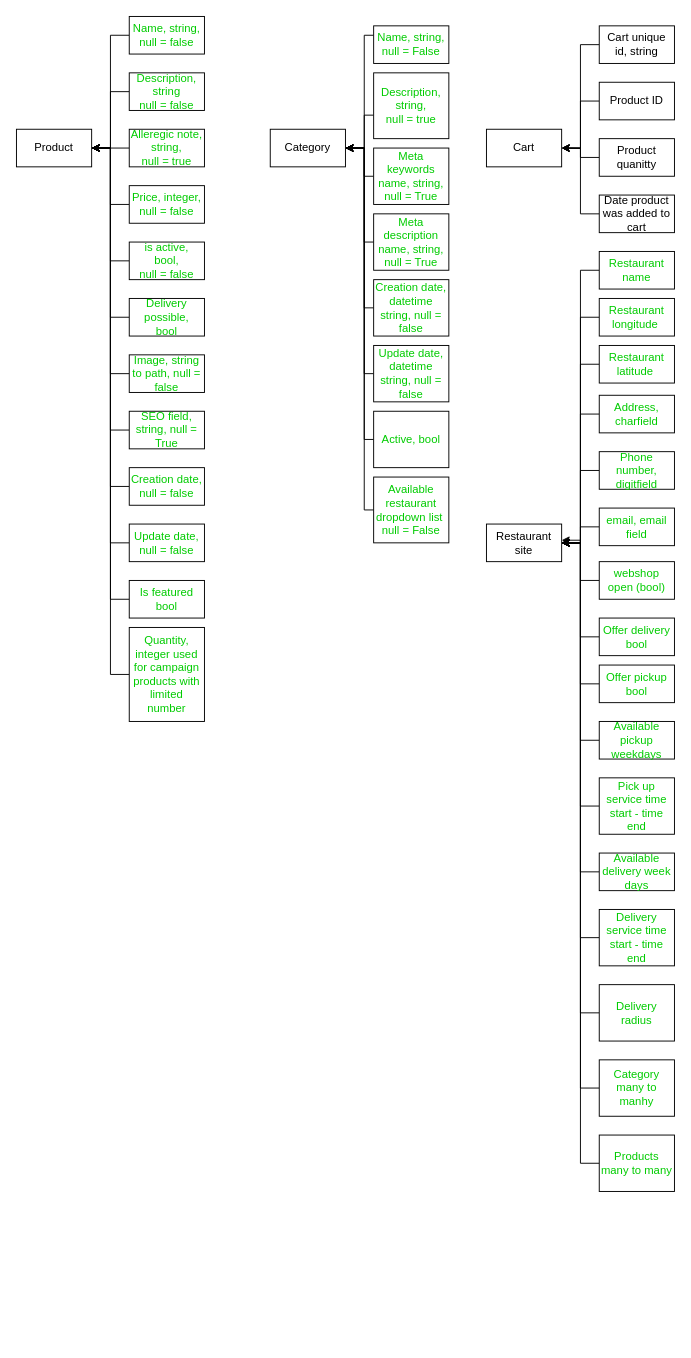
Above: Untitled Diagram.drawio in JianDk/HD_website (draw.io), before the change. Source tidied: cells renumbered, new cells numbered last; positions are measured from the earlier drawing's top-left corner, leaving out a move shared by most shapes. Both pictures are drawn from the tidied source at 94%, with x=0, y=0 at pixel (16, 16).
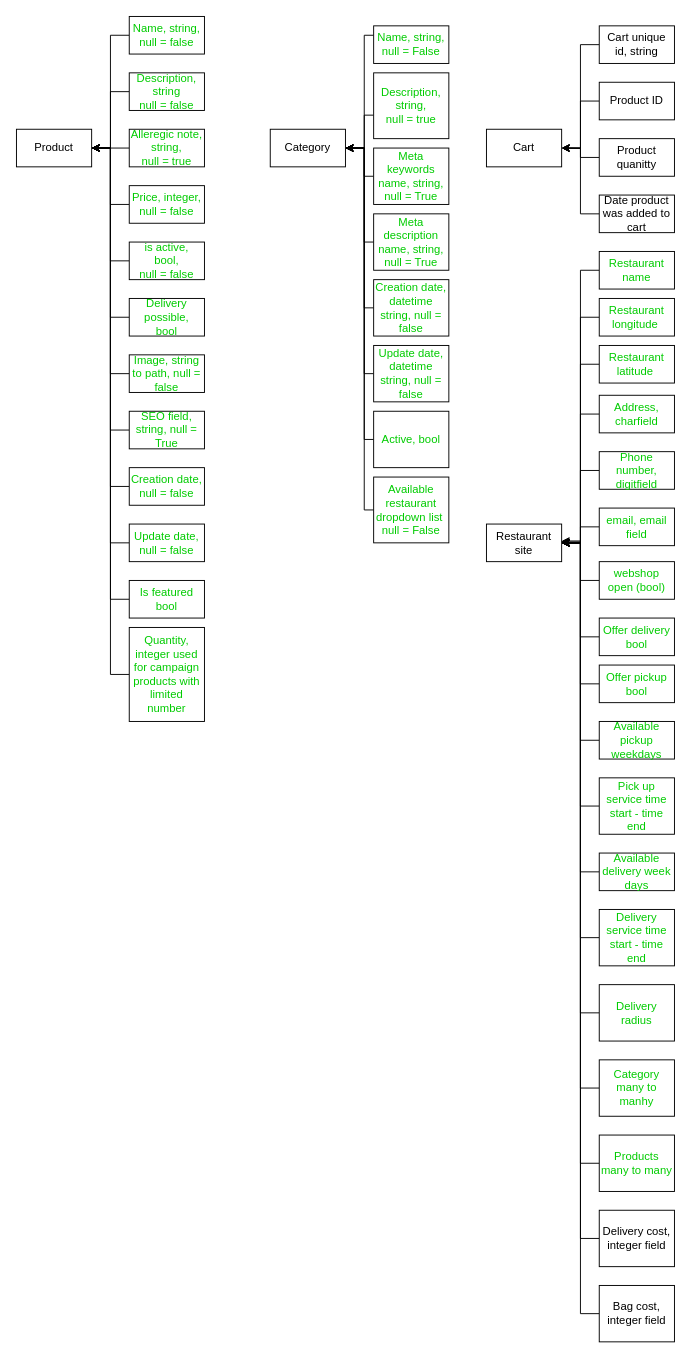
After the change.

Unchanged cells that the change refers to:
```xml
<mxCell id="53" value="Restaurant site" style="rounded=0;whiteSpace=wrap;html=1;" parent="1" vertex="1">
  <mxGeometry x="500" y="540" width="80" height="40" as="geometry" />
</mxCell>
<mxCell id="75" value="&lt;font color=&quot;#00cc00&quot;&gt;Delivery radius&lt;/font&gt;" style="rounded=0;whiteSpace=wrap;html=1;" parent="1" vertex="1">
  <mxGeometry x="620" y="1030" width="80" height="60" as="geometry" />
</mxCell>
<mxCell id="85" value="&lt;font color=&quot;#00cc00&quot;&gt;Offer pickup bool&lt;/font&gt;" style="rounded=0;whiteSpace=wrap;html=1;" parent="1" vertex="1">
  <mxGeometry x="620" y="690" width="80" height="40" as="geometry" />
</mxCell>
```

The edit, as a diff of the source:
```diff
@@
-    <mxCell id="74" style="edgeStyle=orthogonalEdgeStyle;rounded=0;jettySize=auto;html=1;" parent="1" edge="1" source="75">
-      <mxGeometry relative="1" as="geometry">
-        <mxPoint x="580" y="557.2" as="targetPoint" />
-        <Array as="points">
-          <mxPoint x="600" y="1060" />
-          <mxPoint x="600" y="557" />
-        </Array>
-      </mxGeometry>
-    </mxCell>
+    <mxCell id="86" style="edgeStyle=orthogonalEdgeStyle;rounded=0;jettySize=auto;html=1;entryX=1;entryY=0.5;entryDx=0;entryDy=0;" parent="1" edge="1" source="75" target="53">
+      <mxGeometry relative="1" as="geometry" />
+    </mxCell>
@@
-    <mxCell id="84" style="edgeStyle=orthogonalEdgeStyle;rounded=0;jettySize=auto;html=1;entryX=1;entryY=0.5;entryDx=0;entryDy=0;" parent="1" edge="1" source="85" target="53">
+    <mxCell id="84" style="edgeStyle=orthogonalEdgeStyle;rounded=0;jettySize=auto;html=1;entryX=0.989;entryY=0.476;entryDx=0;entryDy=0;entryPerimeter=0;" parent="1" edge="1" source="85" target="53">
       <mxGeometry relative="1" as="geometry" />
     </mxCell>
@@
+    <mxCell id="87" style="edgeStyle=orthogonalEdgeStyle;rounded=0;jettySize=auto;html=1;" parent="1" edge="1" source="88">
+      <mxGeometry relative="1" as="geometry">
+        <mxPoint x="580" y="558" as="targetPoint" />
+        <Array as="points">
+          <mxPoint x="600" y="1300" />
+          <mxPoint x="600" y="558" />
+        </Array>
+      </mxGeometry>
+    </mxCell>
+    <mxCell id="88" value="Delivery cost, integer field" style="rounded=0;whiteSpace=wrap;html=1;" parent="1" vertex="1">
+      <mxGeometry x="620" y="1270" width="80" height="60" as="geometry" />
+    </mxCell>
+    <mxCell id="89" style="edgeStyle=orthogonalEdgeStyle;rounded=0;jettySize=auto;html=1;entryX=1;entryY=0.5;entryDx=0;entryDy=0;" parent="1" edge="1" source="90" target="53">
+      <mxGeometry relative="1" as="geometry" />
+    </mxCell>
+    <mxCell id="90" value="Bag cost, integer field" style="rounded=0;whiteSpace=wrap;html=1;" parent="1" vertex="1">
+      <mxGeometry x="620" y="1350" width="80" height="60" as="geometry" />
+    </mxCell>
```
